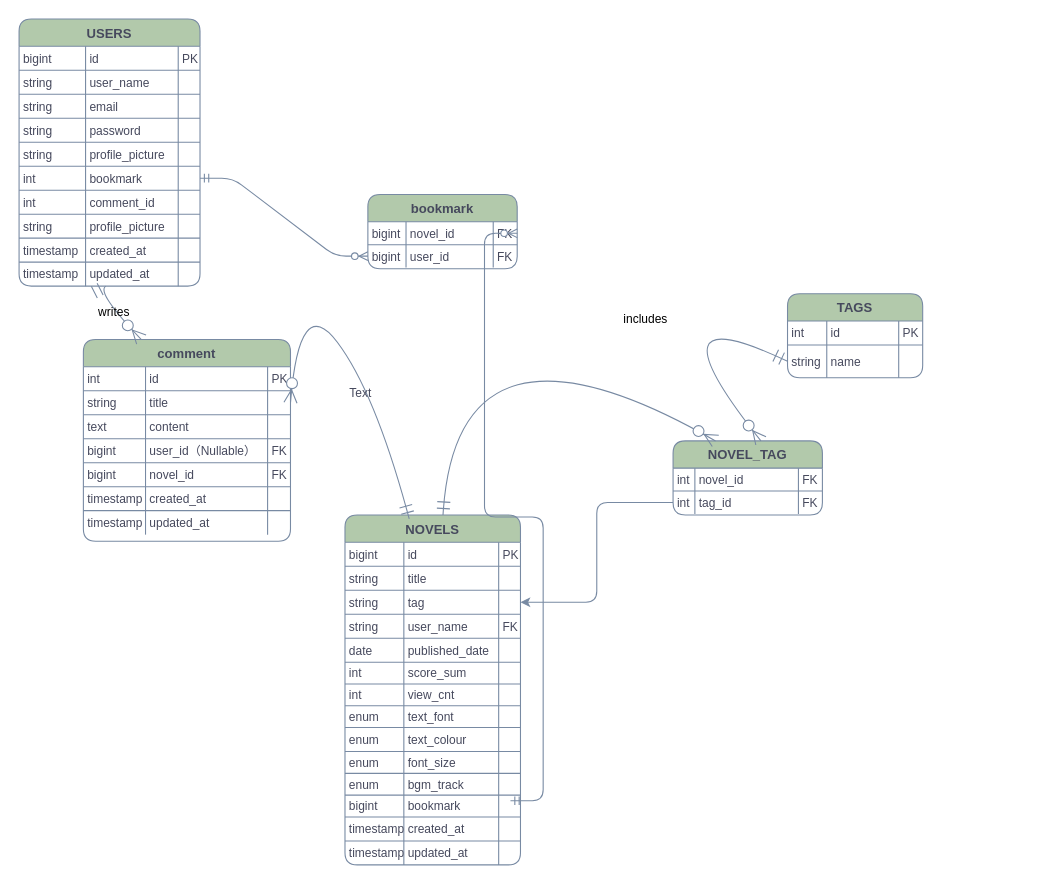
Earlier version of the draw.io diagram 名称未設定ファイル.drawio (SYSTEMA556/NOVEL). Source tidied: cells renumbered, new cells numbered last; positions are measured from the earlier drawing's top-left corner, leaving out a move shared by most shapes. Both pictures are drawn from the tidied source at 109%, with x=0, y=0 at pixel (19, 19).
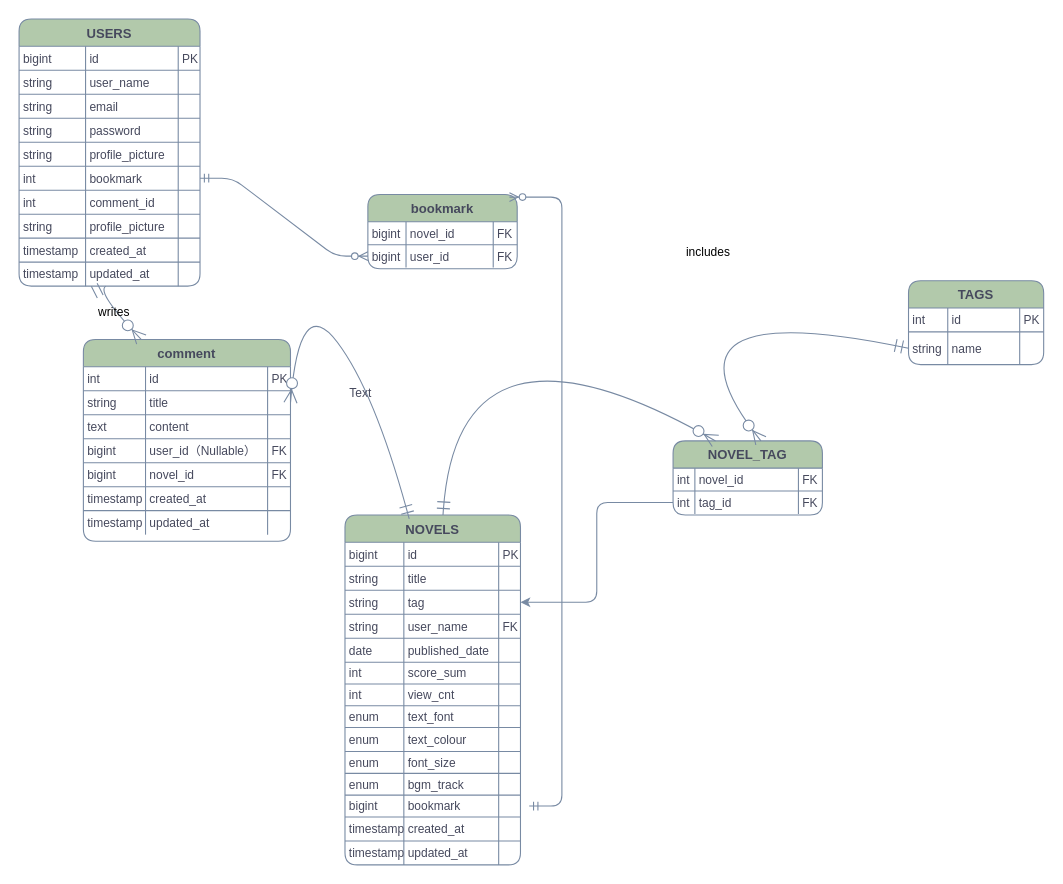
After the change.

Unchanged cells that the change refers to:
```xml
<mxCell id="88" style="shape=tableRow;horizontal=0;startSize=0;swimlaneHead=0;swimlaneBody=0;fillColor=none;points=[[0,0.5],[1,0.5]];portConstraint=eastwest;top=0;left=0;right=0;bottom=0;labelBackgroundColor=none;strokeColor=#788AA3;fontColor=#46495D;rounded=1;" parent="43" vertex="1">
  <mxGeometry y="257" width="161" height="20" as="geometry" />
</mxCell>
<mxCell id="134" style="shape=tableRow;horizontal=0;startSize=0;swimlaneHead=0;swimlaneBody=0;fillColor=none;points=[[0,0.5],[1,0.5]];portConstraint=eastwest;top=0;left=0;right=0;bottom=0;labelBackgroundColor=none;strokeColor=#788AA3;fontColor=#46495D;rounded=1;" parent="129" vertex="1">
  <mxGeometry y="47" width="124" height="30" as="geometry" />
</mxCell>
<mxCell id="138" value="NOVEL_TAG" style="shape=table;startSize=25;childLayout=tableLayout;rowLines=1;fontStyle=1;align=center;labelBackgroundColor=none;fillColor=#B2C9AB;strokeColor=#788AA3;fontColor=#46495D;rounded=1;" parent="1" vertex="1">
  <mxGeometry x="600" y="387" width="137" height="68" as="geometry" />
</mxCell>
<mxCell id="152" value="bookmark" style="shape=table;startSize=25;childLayout=tableLayout;rowLines=1;fontStyle=1;align=center;labelBackgroundColor=none;fillColor=#B2C9AB;strokeColor=#788AA3;fontColor=#46495D;rounded=1;" parent="1" vertex="1">
  <mxGeometry x="320" y="161" width="137" height="68" as="geometry" />
</mxCell>
<mxCell id="153" style="shape=tableRow;horizontal=0;startSize=0;swimlaneHead=0;swimlaneBody=0;fillColor=none;points=[[0,0.5],[1,0.5]];portConstraint=eastwest;top=0;left=0;right=0;bottom=0;labelBackgroundColor=none;strokeColor=#788AA3;fontColor=#46495D;rounded=1;" parent="152" vertex="1">
  <mxGeometry y="25" width="137" height="21" as="geometry" />
</mxCell>
```

Change to the diagram source:
```diff
@@
     <mxCell id="129" value="TAGS" style="shape=table;startSize=25;childLayout=tableLayout;rowLines=1;fontStyle=1;align=center;labelBackgroundColor=none;fillColor=#B2C9AB;strokeColor=#788AA3;fontColor=#46495D;rounded=1;" parent="1" vertex="1">
-      <mxGeometry x="705" y="252" width="124" height="77" as="geometry" />
+      <mxGeometry x="816" y="240" width="124" height="77" as="geometry" />
     </mxCell>
@@
     <mxCell id="151" value="includes" style="curved=1;startArrow=ERmandOne;startSize=10;endArrow=ERzeroToMany;endSize=10;exitX=0;exitY=0.5;entryX=0.59;entryY=-0.01;exitDx=0;exitDy=0;labelBackgroundColor=none;strokeColor=#788AA3;fontColor=default;" parent="1" edge="1" source="134" target="138">
-      <mxGeometry x="-0.17" y="21" relative="1" as="geometry">
+      <mxGeometry x="-0.07" y="-49" relative="1" as="geometry">
         <Array as="points">
           <mxPoint x="571" y="250" />
         </Array>
       </mxGeometry>
     </mxCell>
@@
-    <mxCell id="162" style="edgeStyle=entityRelationEdgeStyle;fontSize=12;html=1;endArrow=ERzeroToMany;startArrow=ERmandOne;rounded=1;strokeColor=#788AA3;fontColor=#46495D;fillColor=#B2C9AB;entryX=1;entryY=0.5;entryDx=0;entryDy=0;exitX=0.943;exitY=0.256;exitDx=0;exitDy=0;exitPerimeter=0;" parent="1" edge="1" source="88" target="153">
+    <mxCell id="162" style="edgeStyle=entityRelationEdgeStyle;fontSize=12;html=1;endArrow=ERzeroToMany;startArrow=ERmandOne;rounded=1;strokeColor=#788AA3;fontColor=#46495D;fillColor=#B2C9AB;entryX=0.948;entryY=0.034;entryDx=0;entryDy=0;entryPerimeter=0;" parent="1" edge="1" target="152">
       <mxGeometry relative="1" as="geometry">
+        <mxPoint x="468" y="722" as="sourcePoint" />
         <Array as="points">
           <mxPoint x="410.8" y="292.3" />
+          <mxPoint x="480" y="582" />
           <mxPoint x="474" y="552" />
           <mxPoint x="487" y="606" />
           <mxPoint x="534" y="624" />
           <mxPoint x="428.8" y="316.3" />
           <mxPoint x="370.8" y="298.3" />
           <mxPoint x="416.8" y="262.3" />
           <mxPoint x="386.8" y="262.3" />
           <mxPoint x="398.8" y="256.3" />
         </Array>
       </mxGeometry>
     </mxCell>
```
